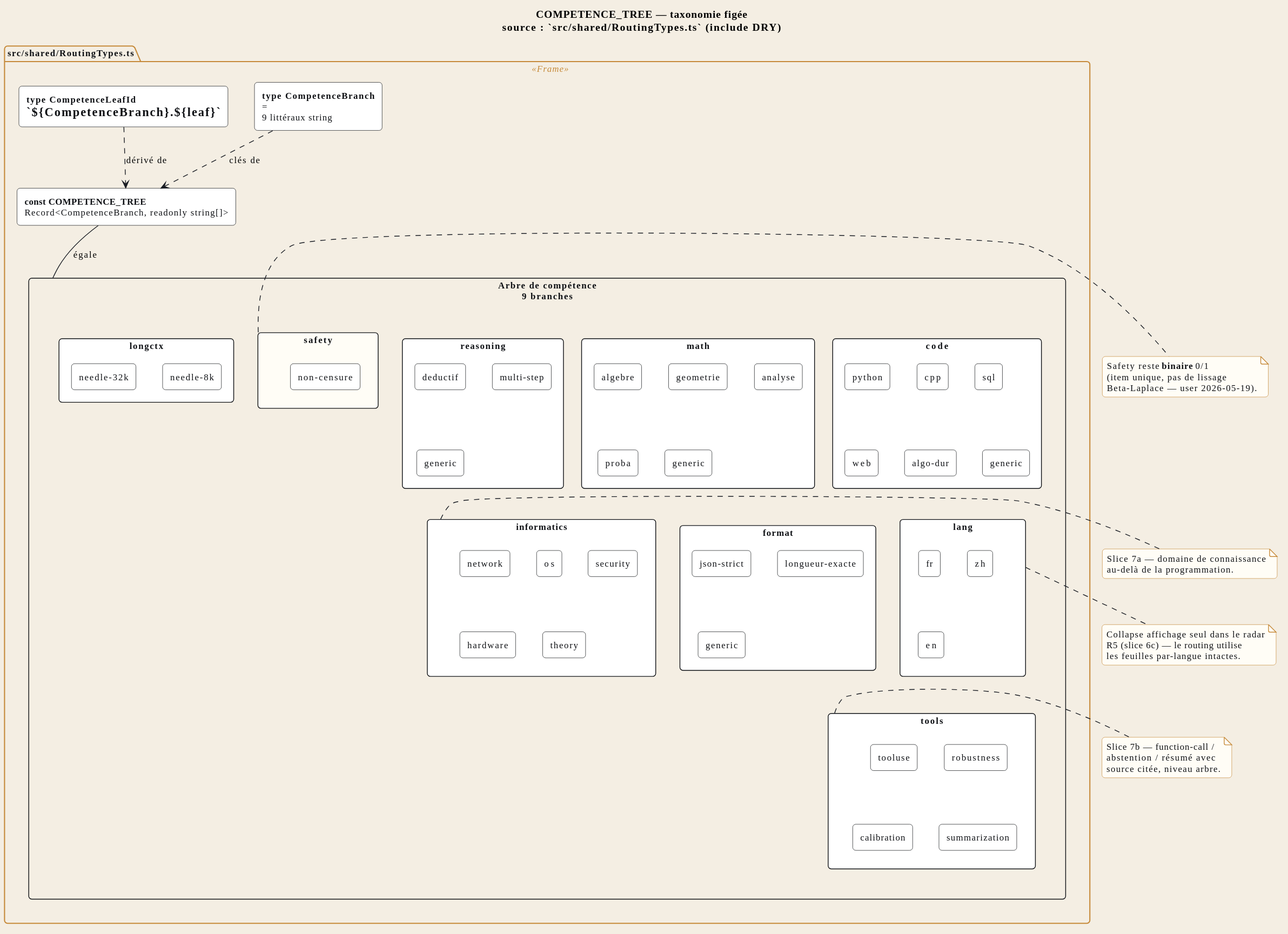
Earlier version of the PlantUML export docs/fr/svg/competence-tree.svg (Syphys/maestria). Its diagram source:
```plantuml
@startuml
!include ../_includes/style.iuml


!include ../_includes/classes/competence-tree.iuml

title COMPETENCE_TREE — taxonomie figée\nsource : `src/shared/RoutingTypes.ts` (include DRY)

note right of B_SAFE
  Safety reste **binaire** 0/1
  (item unique, pas de lissage
  Beta-Laplace — user 2026-05-19).
end note

note right of B_INFO
  Slice 7a — domaine de connaissance
  au-delà de la programmation.
end note

note right of B_TOOLS
  Slice 7b — function-call /
  abstention / résumé avec
  source citée, niveau arbre.
end note

note bottom of B_LANG
  Collapse affichage seul dans le radar
  R5 (slice 6c) — le routing utilise
  les feuilles par-langue intactes.
end note
@enduml
```
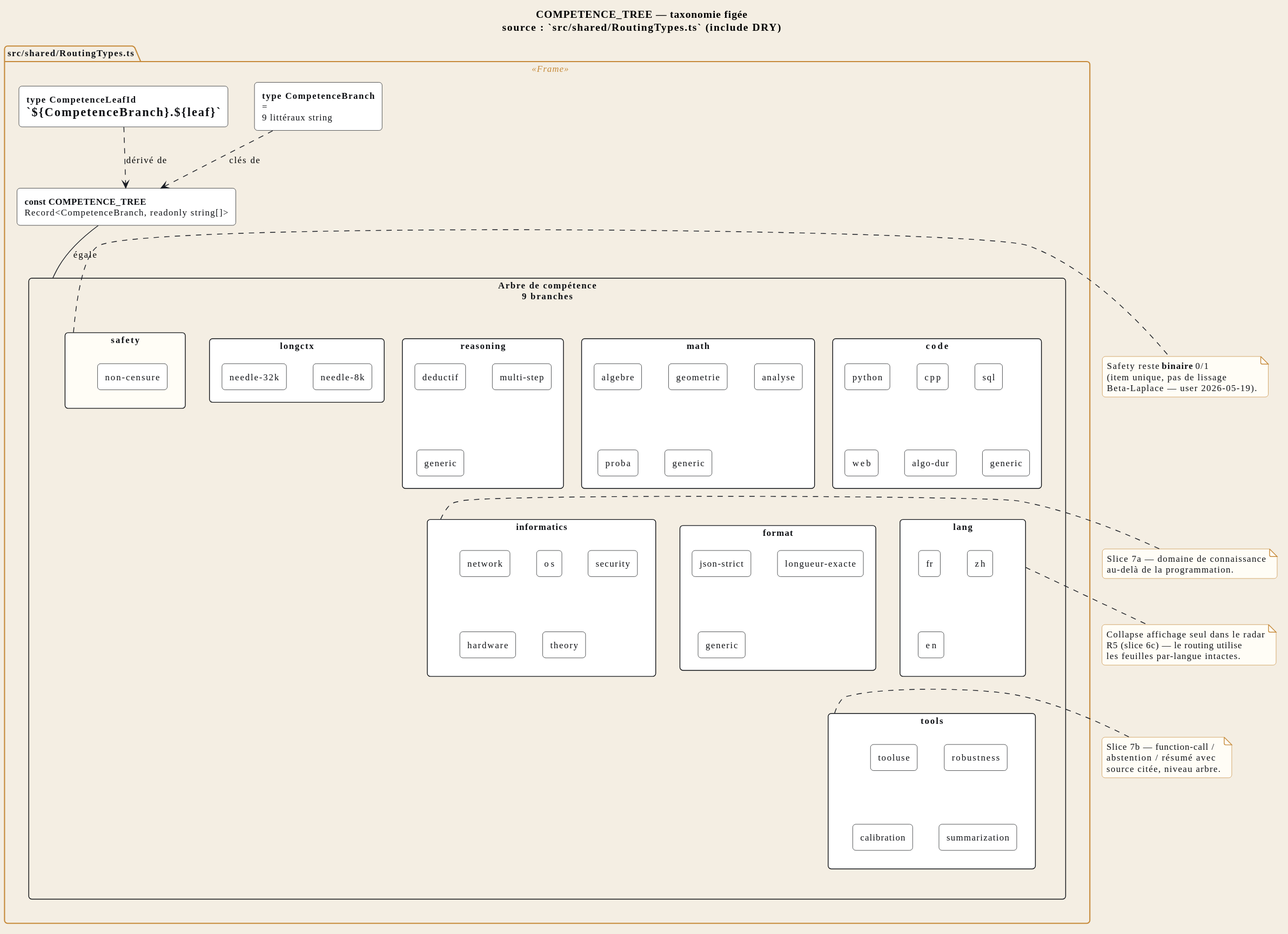
The same diagram one commit later.

Diff of the diagram source:
```diff
@@ -4,28 +4,28 @@
 
 !include ../_includes/classes/competence-tree.iuml
 
-title COMPETENCE_TREE — taxonomie figée\nsource : `src/shared/RoutingTypes.ts` (include DRY)
+title STR_CTREE_DIAG_TITLE
 
 note right of B_SAFE
-  Safety reste **binaire** 0/1
-  (item unique, pas de lissage
-  Beta-Laplace — user 2026-05-19).
+  STR_CTREE_DIAG_NOTE_SAFE_L1
+  STR_CTREE_DIAG_NOTE_SAFE_L2
+  STR_CTREE_DIAG_NOTE_SAFE_L3
 end note
 
 note right of B_INFO
-  Slice 7a — domaine de connaissance
-  au-delà de la programmation.
+  STR_CTREE_DIAG_NOTE_INFO_L1
+  STR_CTREE_DIAG_NOTE_INFO_L2
 end note
 
 note right of B_TOOLS
-  Slice 7b — function-call /
-  abstention / résumé avec
-  source citée, niveau arbre.
+  STR_CTREE_DIAG_NOTE_TOOLS_L1
+  STR_CTREE_DIAG_NOTE_TOOLS_L2
+  STR_CTREE_DIAG_NOTE_TOOLS_L3
 end note
 
 note bottom of B_LANG
-  Collapse affichage seul dans le radar
-  R5 (slice 6c) — le routing utilise
-  les feuilles par-langue intactes.
+  STR_CTREE_DIAG_NOTE_LANG_L1
+  STR_CTREE_DIAG_NOTE_LANG_L2
+  STR_CTREE_DIAG_NOTE_LANG_L3
 end note
 @enduml
```
